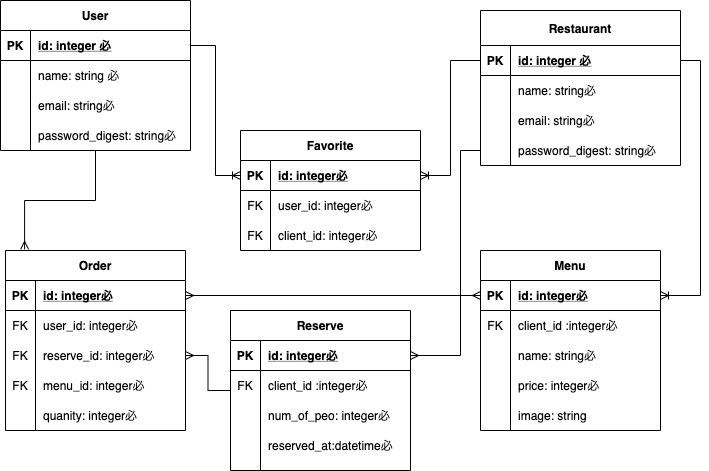
This is 設計画像/speedish_erd.png from yuki-1224/speedish, a draw.io export, as it was before one commit. Source tidied: cells renumbered, new cells last; positions are measured from the earlier drawing's top-left corner, leaving out a move shared by most shapes.
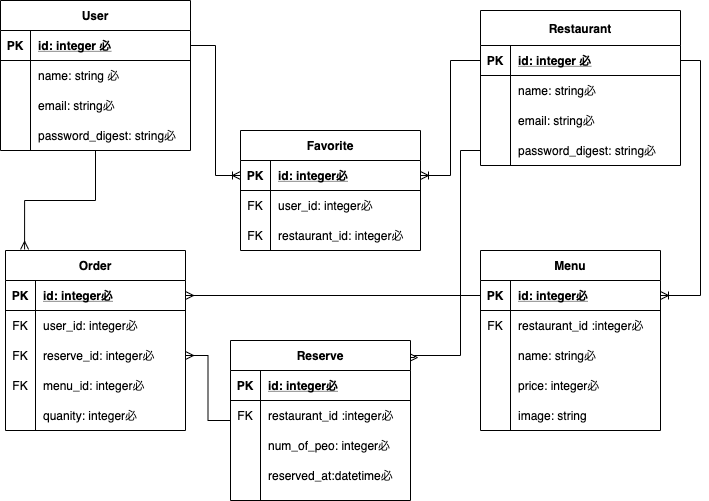
Above is the later version.

What changed in the source:
```diff
@@ -71,7 +71,7 @@
     <mxCell id="24" value="FK" style="shape=partialRectangle;fillColor=none;top=0;left=0;bottom=0;right=0;overflow=hidden;" parent="23" vertex="1">
       <mxGeometry width="30" height="30" as="geometry" />
     </mxCell>
-    <mxCell id="25" value="client_id: integer必" style="shape=partialRectangle;fillColor=none;top=0;left=0;bottom=0;right=0;align=left;spacingLeft=6;overflow=hidden;" parent="23" vertex="1">
+    <mxCell id="25" value="restaurant_id: integer必" style="shape=partialRectangle;fillColor=none;top=0;left=0;bottom=0;right=0;align=left;spacingLeft=6;overflow=hidden;" parent="23" vertex="1">
       <mxGeometry x="30" width="150" height="30" as="geometry" />
     </mxCell>
     <mxCell id="26" value="Restaurant" style="shape=table;startSize=35;rowLines=0;fontStyle=1;align=center;fontSize=12;" parent="1" vertex="1">
@@ -140,7 +140,7 @@
     <mxCell id="47" value="FK" style="shape=partialRectangle;fillColor=none;top=0;left=0;bottom=0;right=0;overflow=hidden;" parent="46" vertex="1">
       <mxGeometry width="30" height="30" as="geometry" />
     </mxCell>
-    <mxCell id="48" value="client_id :integer必" style="shape=partialRectangle;fillColor=none;top=0;left=0;bottom=0;right=0;align=left;spacingLeft=6;overflow=hidden;" parent="46" vertex="1">
+    <mxCell id="48" value="restaurant_id :integer必" style="shape=partialRectangle;fillColor=none;top=0;left=0;bottom=0;right=0;align=left;spacingLeft=6;overflow=hidden;" parent="46" vertex="1">
       <mxGeometry x="30" width="150" height="30" as="geometry" />
     </mxCell>
     <mxCell id="49" style="shape=partialRectangle;fillColor=none;top=0;left=0;bottom=0;right=0;" parent="42" vertex="1">
@@ -218,22 +218,24 @@
     <mxCell id="73" value="quanity: integer必" style="shape=partialRectangle;fillColor=none;top=0;left=0;bottom=0;right=0;align=left;spacingLeft=6;overflow=hidden;" parent="71" vertex="1">
       <mxGeometry x="30" width="150" height="30" as="geometry" />
     </mxCell>
-    <mxCell id="74" style="edgeStyle=orthogonalEdgeStyle;rounded=0;jettySize=auto;html=1;exitX=0;exitY=0.5;exitDx=0;exitDy=0;endArrow=ERmany;endFill=0;entryX=1;entryY=0.5;entryDx=0;entryDy=0;" parent="1" edge="1" source="36" target="78">
+    <mxCell id="74" style="edgeStyle=orthogonalEdgeStyle;rounded=0;jettySize=auto;html=1;exitX=0;exitY=0.5;exitDx=0;exitDy=0;endArrow=ERmany;endFill=0;entryX=0.994;entryY=0.106;entryDx=0;entryDy=0;entryPerimeter=0;" parent="1" edge="1" source="36" target="77">
       <mxGeometry relative="1" as="geometry">
         <Array as="points">
           <mxPoint x="460" y="150" />
           <mxPoint x="460" y="355" />
+          <mxPoint x="414" y="355" />
+          <mxPoint x="414" y="357" />
         </Array>
       </mxGeometry>
     </mxCell>
-    <mxCell id="75" style="edgeStyle=orthogonalEdgeStyle;rounded=0;jettySize=auto;html=1;entryX=1;entryY=0.5;entryDx=0;entryDy=0;endArrow=ERmany;endFill=0;startArrow=ERmany;startFill=0;" parent="1" edge="1" source="43" target="59">
+    <mxCell id="75" style="edgeStyle=orthogonalEdgeStyle;rounded=0;jettySize=auto;html=1;entryX=1;entryY=0.5;entryDx=0;entryDy=0;endArrow=ERmany;endFill=0;startArrow=none;startFill=0;" parent="1" edge="1" source="43" target="59">
       <mxGeometry relative="1" as="geometry" />
     </mxCell>
     <mxCell id="76" style="edgeStyle=orthogonalEdgeStyle;rounded=0;jettySize=auto;html=1;entryX=1;entryY=0.5;entryDx=0;entryDy=0;endArrow=ERmany;endFill=0;" parent="1" edge="1" source="77" target="65">
       <mxGeometry relative="1" as="geometry" />
     </mxCell>
     <mxCell id="77" value="Reserve" style="shape=table;startSize=30;rowLines=0;fontStyle=1;align=center;" parent="1" vertex="1">
-      <mxGeometry x="230" y="310" width="180" height="160" as="geometry" />
+      <mxGeometry x="230" y="340" width="180" height="160" as="geometry" />
     </mxCell>
     <mxCell id="78" style="shape=partialRectangle;fillColor=none;top=0;left=0;bottom=1;right=0;points=[[0,0.5],[1,0.5]];portConstraint=eastwest;" parent="77" vertex="1">
       <mxGeometry y="30" width="180" height="30" as="geometry" />
@@ -250,7 +252,7 @@
     <mxCell id="82" value="FK" style="shape=partialRectangle;fillColor=none;top=0;left=0;bottom=0;right=0;overflow=hidden;" parent="81" vertex="1">
       <mxGeometry width="30" height="30" as="geometry" />
     </mxCell>
-    <mxCell id="83" value="client_id :integer必" style="shape=partialRectangle;fillColor=none;top=0;left=0;bottom=0;right=0;align=left;spacingLeft=6;overflow=hidden;" parent="81" vertex="1">
+    <mxCell id="83" value="restaurant_id :integer必" style="shape=partialRectangle;fillColor=none;top=0;left=0;bottom=0;right=0;align=left;spacingLeft=6;overflow=hidden;" parent="81" vertex="1">
       <mxGeometry x="30" width="150" height="30" as="geometry" />
     </mxCell>
     <mxCell id="84" style="shape=partialRectangle;fillColor=none;top=0;left=0;bottom=0;right=0;" parent="77" vertex="1">
```
